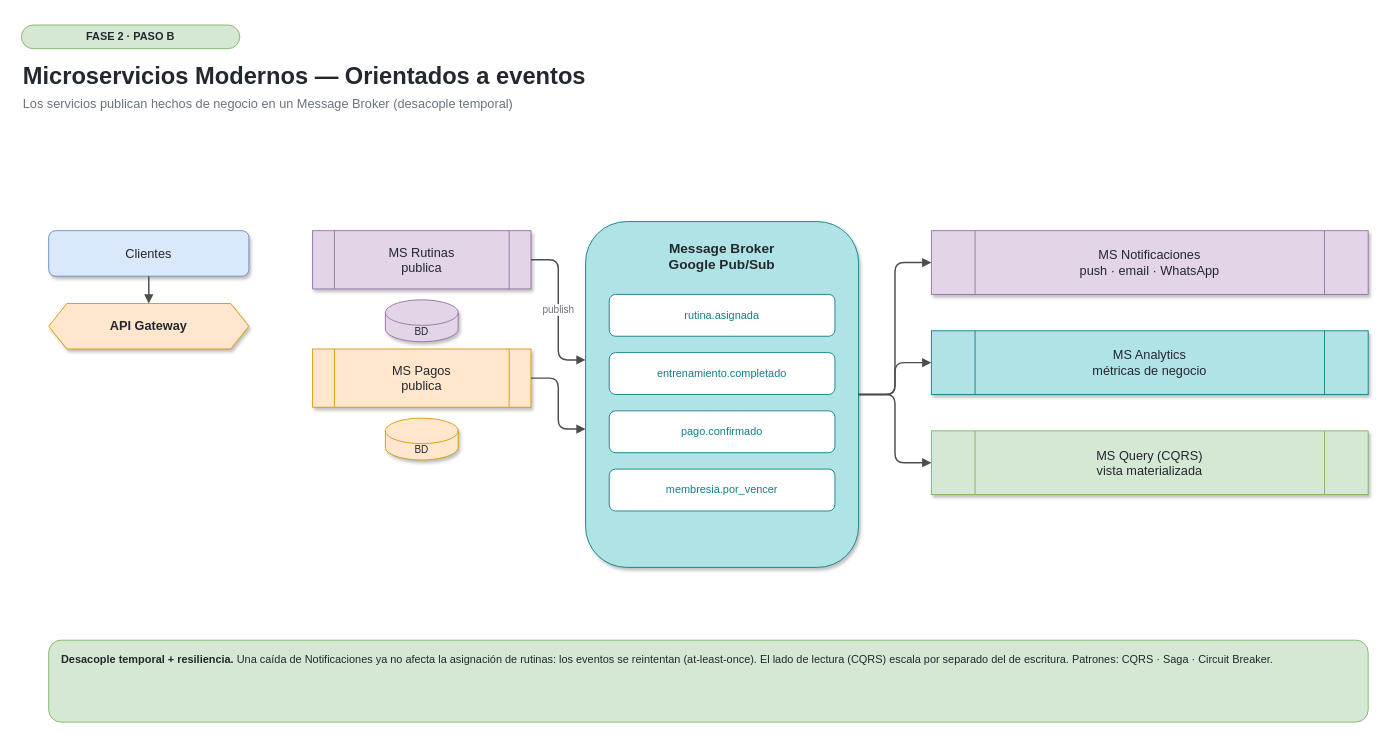
LautaroNaglieri/traineros-api keeps this draw.io diagram as Presentacion/diagramas/drawio/fase2b_microservicios_modernos.drawio. Above is the earlier version. Source tidied: cells renumbered, new cells numbered last; positions are measured from the earlier drawing's top-left corner, leaving out a move shared by most shapes. Both pictures are drawn from the tidied source at 91%, with x=0, y=0 at pixel (21, 25).
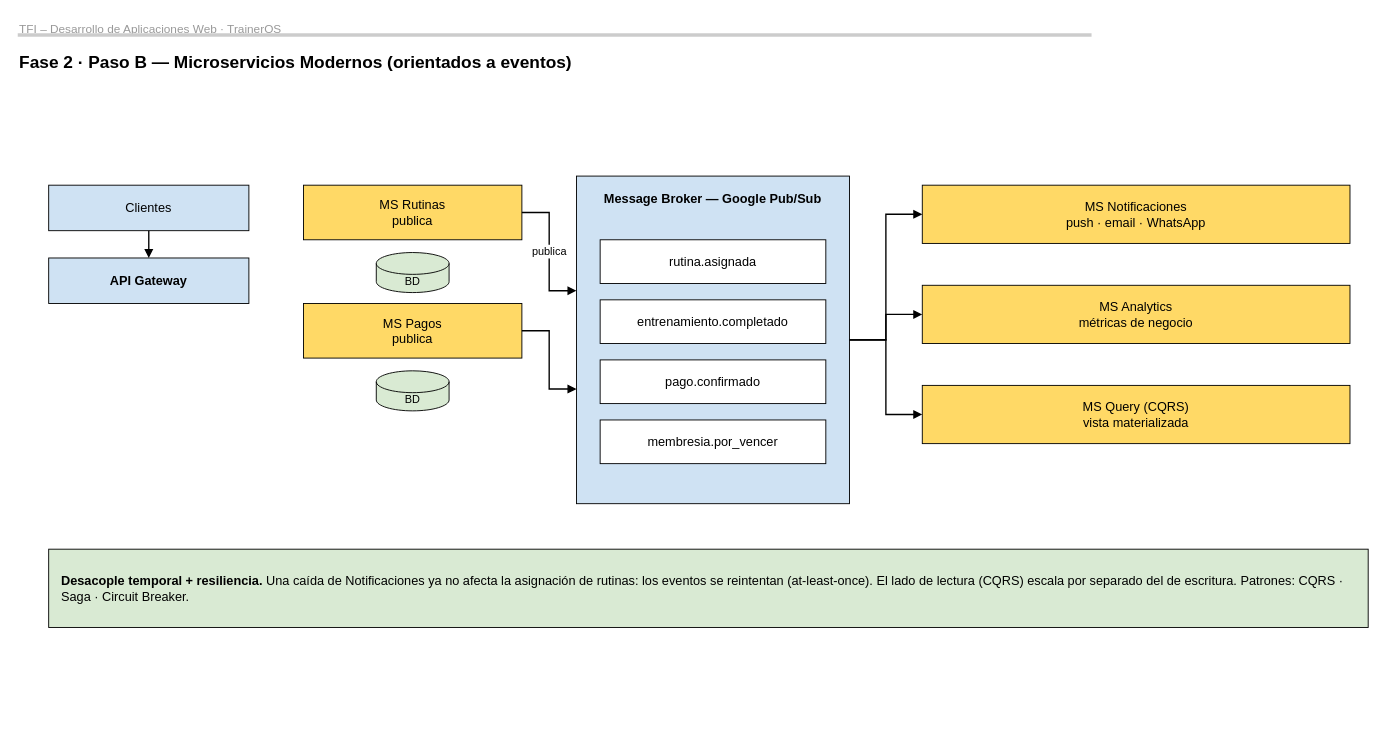
Above is the later version.

Change to the diagram source:
```diff
@@
-    <mxCell id="2" value="FASE 2 · PASO B" style="rounded=1;arcSize=50;whiteSpace=wrap;html=1;fillColor=#d5e8d4;strokeColor=#82b366;fontSize=12;fontStyle=1;fontColor=#23272E;" parent="1" vertex="1">
-      <mxGeometry width="240" height="26" as="geometry" />
+    <mxCell id="2" value="TFI – Desarrollo de Aplicaciones Web · TrainerOS" style="text;html=1;align=left;fontSize=13;fontColor=#999999;" parent="1" vertex="1">
+      <mxGeometry x="-4" y="-10" width="1000" height="20" as="geometry" />
     </mxCell>
-    <mxCell id="3" value="Microservicios Modernos — Orientados a eventos" style="text;html=1;strokeColor=none;fillColor=none;align=left;verticalAlign=top;fontSize=26;fontStyle=1;fontColor=#23272E;" parent="1" vertex="1">
-      <mxGeometry y="34" width="1150" height="34" as="geometry" />
+    <mxCell id="3" style="line;strokeColor=#CCCCCC;html=1;" parent="1" vertex="1">
+      <mxGeometry x="-4" y="6" width="1180" height="10" as="geometry" />
     </mxCell>
-    <mxCell id="4" value="Los servicios publican hechos de negocio en un Message Broker (desacople temporal)" style="text;html=1;strokeColor=none;fillColor=none;align=left;verticalAlign=top;fontSize=14;fontColor=#6B7280;" parent="1" vertex="1">
-      <mxGeometry y="72" width="1250" height="24" as="geometry" />
+    <mxCell id="4" value="Fase 2 · Paso B — Microservicios Modernos (orientados a eventos)" style="text;html=1;align=left;fontSize=19;fontStyle=1;fontColor=#000000;" parent="1" vertex="1">
+      <mxGeometry x="-4" y="24" width="1100" height="28" as="geometry" />
     </mxCell>
-    <mxCell id="5" value="Clientes" style="rounded=1;whiteSpace=wrap;html=1;fillColor=#dae8fc;strokeColor=#6c8ebf;fontSize=14;fontColor=#23272E;shadow=1;" parent="1" vertex="1">
-      <mxGeometry x="30" y="226" width="220" height="50" as="geometry" />
+    <mxCell id="5" value="Clientes" style="rounded=0;whiteSpace=wrap;html=1;fillColor=#CFE2F3;strokeColor=#000000;strokeWidth=1;fontSize=14;fontColor=#000000;" parent="1" vertex="1">
+      <mxGeometry x="30" y="176" width="220" height="50" as="geometry" />
     </mxCell>
-    <mxCell id="6" value="API Gateway" style="shape=hexagon;perimeter=hexagonPerimeter2;whiteSpace=wrap;html=1;fixedSize=1;fillColor=#ffe6cc;strokeColor=#d79b00;fontSize=14;fontStyle=1;fontColor=#23272E;shadow=1;" parent="1" vertex="1">
-      <mxGeometry x="30" y="306" width="220" height="50" as="geometry" />
+    <mxCell id="6" value="API Gateway" style="rounded=0;whiteSpace=wrap;html=1;fillColor=#CFE2F3;strokeColor=#000000;strokeWidth=1;fontSize=14;fontColor=#000000;fontStyle=1;" parent="1" vertex="1">
+      <mxGeometry x="30" y="256" width="220" height="50" as="geometry" />
     </mxCell>
-    <mxCell id="7" style="edgeStyle=orthogonalEdgeStyle;rounded=1;html=1;endArrow=block;endFill=1;strokeColor=#4D4D4D;strokeWidth=1.6;fontSize=11;fontColor=#6B7280;exitX=0.5;exitY=1;exitDx=0;exitDy=0;entryX=0.5;entryY=0;entryDx=0;entryDy=0;" parent="1" edge="1" source="5" target="6">
+    <mxCell id="7" style="edgeStyle=orthogonalEdgeStyle;rounded=0;html=1;endArrow=block;endFill=1;strokeColor=#000000;strokeWidth=1.5;fontSize=12;fontColor=#000000;labelBackgroundColor=#FFFFFF;exitX=0.5;exitY=1;exitDx=0;exitDy=0;entryX=0.5;entryY=0;entryDx=0;entryDy=0;" parent="1" edge="1" source="5" target="6">
       <mxGeometry relative="1" as="geometry" />
     </mxCell>
-    <mxCell id="8" value="MS Rutinas&lt;br&gt;publica" style="shape=process;whiteSpace=wrap;html=1;fillColor=#e1d5e7;strokeColor=#9673a6;fontSize=14;fontColor=#23272E;shadow=1;" parent="1" vertex="1">
-      <mxGeometry x="320" y="226" width="240" height="64" as="geometry" />
+    <mxCell id="8" value="MS Rutinas&lt;br&gt;publica" style="rounded=0;whiteSpace=wrap;html=1;fillColor=#FFD966;strokeColor=#000000;strokeWidth=1;fontSize=14;fontColor=#000000;" parent="1" vertex="1">
+      <mxGeometry x="310" y="176" width="240" height="60" as="geometry" />
     </mxCell>
-    <mxCell id="9" value="MS Pagos&lt;br&gt;publica" style="shape=process;whiteSpace=wrap;html=1;fillColor=#ffe6cc;strokeColor=#d79b00;fontSize=14;fontColor=#23272E;shadow=1;" parent="1" vertex="1">
-      <mxGeometry x="320" y="356" width="240" height="64" as="geometry" />
+    <mxCell id="9" value="MS Pagos&lt;br&gt;publica" style="rounded=0;whiteSpace=wrap;html=1;fillColor=#FFD966;strokeColor=#000000;strokeWidth=1;fontSize=14;fontColor=#000000;" parent="1" vertex="1">
+      <mxGeometry x="310" y="306" width="240" height="60" as="geometry" />
     </mxCell>
-    <mxCell id="10" value="BD" style="shape=cylinder3;whiteSpace=wrap;html=1;boundedLbl=1;backgroundOutline=1;size=14;fillColor=#e1d5e7;strokeColor=#9673a6;fontSize=11;fontColor=#23272E;shadow=1;" parent="1" vertex="1">
-      <mxGeometry x="400" y="302" width="80" height="46" as="geometry" />
+    <mxCell id="10" value="BD" style="shape=cylinder3;whiteSpace=wrap;html=1;boundedLbl=1;backgroundOutline=1;size=12;fillColor=#D9EAD3;strokeColor=#000000;fontSize=12;fontColor=#000000;verticalAlign=middle;" parent="1" vertex="1">
+      <mxGeometry x="390" y="250" width="80" height="44" as="geometry" />
     </mxCell>
-    <mxCell id="11" value="BD" style="shape=cylinder3;whiteSpace=wrap;html=1;boundedLbl=1;backgroundOutline=1;size=14;fillColor=#ffe6cc;strokeColor=#d79b00;fontSize=11;fontColor=#23272E;shadow=1;" parent="1" vertex="1">
-      <mxGeometry x="400" y="432" width="80" height="46" as="geometry" />
+    <mxCell id="11" value="BD" style="shape=cylinder3;whiteSpace=wrap;html=1;boundedLbl=1;backgroundOutline=1;size=12;fillColor=#D9EAD3;strokeColor=#000000;fontSize=12;fontColor=#000000;verticalAlign=middle;" parent="1" vertex="1">
+      <mxGeometry x="390" y="380" width="80" height="44" as="geometry" />
     </mxCell>
-    <mxCell id="12" value="Message Broker&lt;br&gt;Google Pub/Sub" style="rounded=1;whiteSpace=wrap;html=1;fillColor=#b0e3e6;strokeColor=#0e8088;verticalAlign=top;align=center;spacingTop=14;fontSize=15;fontStyle=1;fontColor=#23272E;shadow=1;" parent="1" vertex="1">
-      <mxGeometry x="620" y="216" width="300" height="380" as="geometry" />
+    <mxCell id="12" value="Message Broker — Google Pub/Sub" style="rounded=0;whiteSpace=wrap;html=1;fillColor=#CFE2F3;strokeColor=#000000;strokeWidth=1;verticalAlign=top;align=center;fontSize=14;fontStyle=1;fontColor=#000000;spacingTop=10;" parent="1" vertex="1">
+      <mxGeometry x="610" y="166" width="300" height="360" as="geometry" />
     </mxCell>
-    <mxCell id="13" value="rutina.asignada" style="rounded=1;whiteSpace=wrap;html=1;fillColor=#ffffff;strokeColor=#0e8088;fontSize=12;fontColor=#0e8088;" parent="1" vertex="1">
-      <mxGeometry x="646" y="296" width="248" height="46" as="geometry" />
+    <mxCell id="13" value="rutina.asignada" style="rounded=0;whiteSpace=wrap;html=1;fillColor=#FFFFFF;strokeColor=#000000;strokeWidth=1;fontSize=14;fontColor=#000000;" parent="1" vertex="1">
+      <mxGeometry x="636" y="236" width="248" height="48" as="geometry" />
     </mxCell>
-    <mxCell id="14" value="entrenamiento.completado" style="rounded=1;whiteSpace=wrap;html=1;fillColor=#ffffff;strokeColor=#0e8088;fontSize=12;fontColor=#0e8088;" parent="1" vertex="1">
-      <mxGeometry x="646" y="360" width="248" height="46" as="geometry" />
+    <mxCell id="14" value="entrenamiento.completado" style="rounded=0;whiteSpace=wrap;html=1;fillColor=#FFFFFF;strokeColor=#000000;strokeWidth=1;fontSize=14;fontColor=#000000;" parent="1" vertex="1">
+      <mxGeometry x="636" y="302" width="248" height="48" as="geometry" />
     </mxCell>
-    <mxCell id="15" value="pago.confirmado" style="rounded=1;whiteSpace=wrap;html=1;fillColor=#ffffff;strokeColor=#0e8088;fontSize=12;fontColor=#0e8088;" parent="1" vertex="1">
-      <mxGeometry x="646" y="424" width="248" height="46" as="geometry" />
+    <mxCell id="15" value="pago.confirmado" style="rounded=0;whiteSpace=wrap;html=1;fillColor=#FFFFFF;strokeColor=#000000;strokeWidth=1;fontSize=14;fontColor=#000000;" parent="1" vertex="1">
+      <mxGeometry x="636" y="368" width="248" height="48" as="geometry" />
     </mxCell>
-    <mxCell id="16" value="membresia.por_vencer" style="rounded=1;whiteSpace=wrap;html=1;fillColor=#ffffff;strokeColor=#0e8088;fontSize=12;fontColor=#0e8088;" parent="1" vertex="1">
-      <mxGeometry x="646" y="488" width="248" height="46" as="geometry" />
+    <mxCell id="16" value="membresia.por_vencer" style="rounded=0;whiteSpace=wrap;html=1;fillColor=#FFFFFF;strokeColor=#000000;strokeWidth=1;fontSize=14;fontColor=#000000;" parent="1" vertex="1">
+      <mxGeometry x="636" y="434" width="248" height="48" as="geometry" />
     </mxCell>
-    <mxCell id="17" value="MS Notificaciones&lt;br&gt;push · email · WhatsApp" style="shape=process;whiteSpace=wrap;html=1;fillColor=#e1d5e7;strokeColor=#9673a6;fontSize=14;fontColor=#23272E;shadow=1;" parent="1" vertex="1">
-      <mxGeometry x="1000" y="226" width="480" height="70" as="geometry" />
+    <mxCell id="17" value="MS Notificaciones&lt;br&gt;push · email · WhatsApp" style="rounded=0;whiteSpace=wrap;html=1;fillColor=#FFD966;strokeColor=#000000;strokeWidth=1;fontSize=14;fontColor=#000000;" parent="1" vertex="1">
+      <mxGeometry x="990" y="176" width="470" height="64" as="geometry" />
     </mxCell>
-    <mxCell id="18" value="MS Analytics&lt;br&gt;métricas de negocio" style="shape=process;whiteSpace=wrap;html=1;fillColor=#b0e3e6;strokeColor=#0e8088;fontSize=14;fontColor=#23272E;shadow=1;" parent="1" vertex="1">
-      <mxGeometry x="1000" y="336" width="480" height="70" as="geometry" />
+    <mxCell id="18" value="MS Analytics&lt;br&gt;métricas de negocio" style="rounded=0;whiteSpace=wrap;html=1;fillColor=#FFD966;strokeColor=#000000;strokeWidth=1;fontSize=14;fontColor=#000000;" parent="1" vertex="1">
+      <mxGeometry x="990" y="286" width="470" height="64" as="geometry" />
     </mxCell>
-    <mxCell id="19" value="MS Query (CQRS)&lt;br&gt;vista materializada" style="shape=process;whiteSpace=wrap;html=1;fillColor=#d5e8d4;strokeColor=#82b366;fontSize=14;fontColor=#23272E;shadow=1;" parent="1" vertex="1">
-      <mxGeometry x="1000" y="446" width="480" height="70" as="geometry" />
+    <mxCell id="19" value="MS Query (CQRS)&lt;br&gt;vista materializada" style="rounded=0;whiteSpace=wrap;html=1;fillColor=#FFD966;strokeColor=#000000;strokeWidth=1;fontSize=14;fontColor=#000000;" parent="1" vertex="1">
+      <mxGeometry x="990" y="396" width="470" height="64" as="geometry" />
     </mxCell>
-    <mxCell id="20" value="publish" style="edgeStyle=orthogonalEdgeStyle;rounded=1;html=1;endArrow=block;endFill=1;strokeColor=#4D4D4D;strokeWidth=1.6;fontSize=11;fontColor=#6B7280;exitX=1;exitY=0.5;exitDx=0;exitDy=0;entryX=0;entryY=0.4;entryDx=0;entryDy=0;" parent="1" edge="1" source="8" target="12">
+    <mxCell id="20" value="publica" style="edgeStyle=orthogonalEdgeStyle;rounded=0;html=1;endArrow=block;endFill=1;strokeColor=#000000;strokeWidth=1.5;fontSize=12;fontColor=#000000;labelBackgroundColor=#FFFFFF;exitX=1;exitY=0.5;exitDx=0;exitDy=0;entryX=0;entryY=0.35;entryDx=0;entryDy=0;" parent="1" edge="1" source="8" target="12">
       <mxGeometry relative="1" as="geometry" />
     </mxCell>
-    <mxCell id="21" style="edgeStyle=orthogonalEdgeStyle;rounded=1;html=1;endArrow=block;endFill=1;strokeColor=#4D4D4D;strokeWidth=1.6;fontSize=11;fontColor=#6B7280;exitX=1;exitY=0.5;exitDx=0;exitDy=0;entryX=0;entryY=0.6;entryDx=0;entryDy=0;" parent="1" edge="1" source="9" target="12">
+    <mxCell id="21" style="edgeStyle=orthogonalEdgeStyle;rounded=0;html=1;endArrow=block;endFill=1;strokeColor=#000000;strokeWidth=1.5;fontSize=12;fontColor=#000000;labelBackgroundColor=#FFFFFF;exitX=1;exitY=0.5;exitDx=0;exitDy=0;entryX=0;entryY=0.65;entryDx=0;entryDy=0;" parent="1" edge="1" source="9" target="12">
       <mxGeometry relative="1" as="geometry" />
     </mxCell>
-    <mxCell id="22" style="edgeStyle=orthogonalEdgeStyle;rounded=1;html=1;endArrow=block;endFill=1;strokeColor=#4D4D4D;strokeWidth=1.6;fontSize=11;fontColor=#6B7280;exitX=1;exitY=0.5;exitDx=0;exitDy=0;entryX=0;entryY=0.5;entryDx=0;entryDy=0;" parent="1" edge="1" source="12" target="17">
+    <mxCell id="22" style="edgeStyle=orthogonalEdgeStyle;rounded=0;html=1;endArrow=block;endFill=1;strokeColor=#000000;strokeWidth=1.5;fontSize=12;fontColor=#000000;labelBackgroundColor=#FFFFFF;exitX=1;exitY=0.5;exitDx=0;exitDy=0;entryX=0;entryY=0.5;entryDx=0;entryDy=0;" parent="1" edge="1" source="12" target="17">
       <mxGeometry relative="1" as="geometry" />
     </mxCell>
-    <mxCell id="23" style="edgeStyle=orthogonalEdgeStyle;rounded=1;html=1;endArrow=block;endFill=1;strokeColor=#4D4D4D;strokeWidth=1.6;fontSize=11;fontColor=#6B7280;exitX=1;exitY=0.5;exitDx=0;exitDy=0;entryX=0;entryY=0.5;entryDx=0;entryDy=0;" parent="1" edge="1" source="12" target="18">
+    <mxCell id="23" style="edgeStyle=orthogonalEdgeStyle;rounded=0;html=1;endArrow=block;endFill=1;strokeColor=#000000;strokeWidth=1.5;fontSize=12;fontColor=#000000;labelBackgroundColor=#FFFFFF;exitX=1;exitY=0.5;exitDx=0;exitDy=0;entryX=0;entryY=0.5;entryDx=0;entryDy=0;" parent="1" edge="1" source="12" target="18">
       <mxGeometry relative="1" as="geometry" />
     </mxCell>
-    <mxCell id="24" style="edgeStyle=orthogonalEdgeStyle;rounded=1;html=1;endArrow=block;endFill=1;strokeColor=#4D4D4D;strokeWidth=1.6;fontSize=11;fontColor=#6B7280;exitX=1;exitY=0.5;exitDx=0;exitDy=0;entryX=0;entryY=0.5;entryDx=0;entryDy=0;" parent="1" edge="1" source="12" target="19">
+    <mxCell id="24" style="edgeStyle=orthogonalEdgeStyle;rounded=0;html=1;endArrow=block;endFill=1;strokeColor=#000000;strokeWidth=1.5;fontSize=12;fontColor=#000000;labelBackgroundColor=#FFFFFF;exitX=1;exitY=0.5;exitDx=0;exitDy=0;entryX=0;entryY=0.5;entryDx=0;entryDy=0;" parent="1" edge="1" source="12" target="19">
       <mxGeometry relative="1" as="geometry" />
     </mxCell>
-    <mxCell id="25" value="&lt;b&gt;Desacople temporal + resiliencia.&lt;/b&gt;  Una caída de Notificaciones ya no afecta la asignación de rutinas: los eventos se reintentan (at-least-once). El lado de lectura (CQRS) escala por separado del de escritura. Patrones: CQRS · Saga · Circuit Breaker." style="rounded=1;whiteSpace=wrap;html=1;fillColor=#d5e8d4;strokeColor=#82b366;fontSize=12;fontColor=#23272E;align=left;spacingLeft=12;spacingTop=8;verticalAlign=top;shadow=0;" parent="1" vertex="1">
-      <mxGeometry x="30" y="676" width="1450" height="90" as="geometry" />
+    <mxCell id="25" value="&lt;b&gt;Desacople temporal + resiliencia.&lt;/b&gt;  Una caída de Notificaciones ya no afecta la asignación de rutinas: los eventos se reintentan (at-least-once). El lado de lectura (CQRS) escala por separado del de escritura. Patrones: CQRS · Saga · Circuit Breaker." style="rounded=0;whiteSpace=wrap;html=1;fillColor=#D9EAD3;strokeColor=#000000;strokeWidth=1;fontSize=14;fontColor=#000000;align=left;spacingLeft=12;verticalAlign=middle;" parent="1" vertex="1">
+      <mxGeometry x="30" y="576" width="1450" height="86" as="geometry" />
     </mxCell>
```
